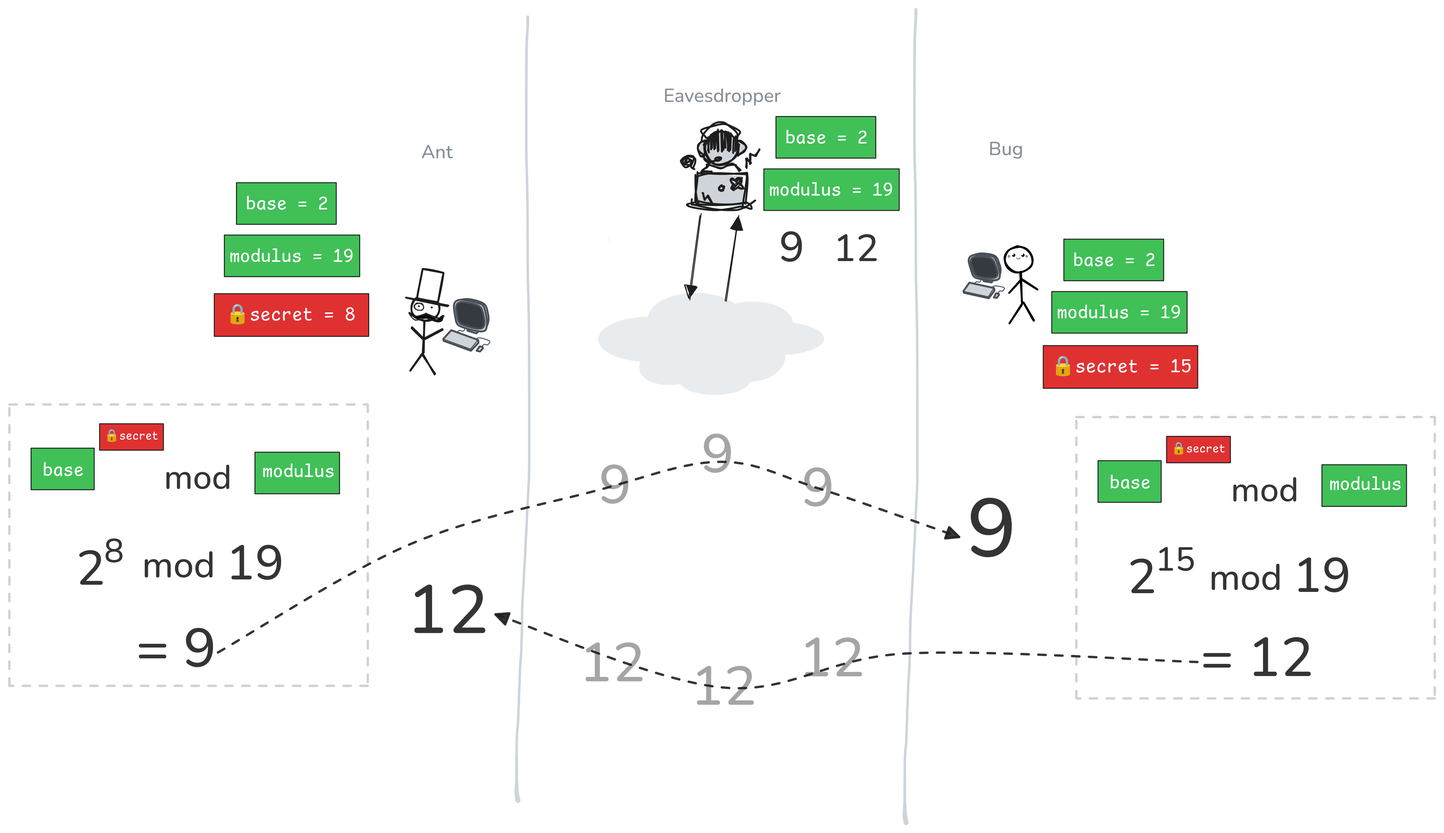
Above: 7-diffie-merkle-hellman/real-step-3.png in Cryptography-for-Devs/Cryptography-for-Devs.github.io (Excalidraw), before the change. Source tidied: one line per element, renumbered; positions are measured from the earlier drawing's top-left corner, leaving out a move shared by most shapes.
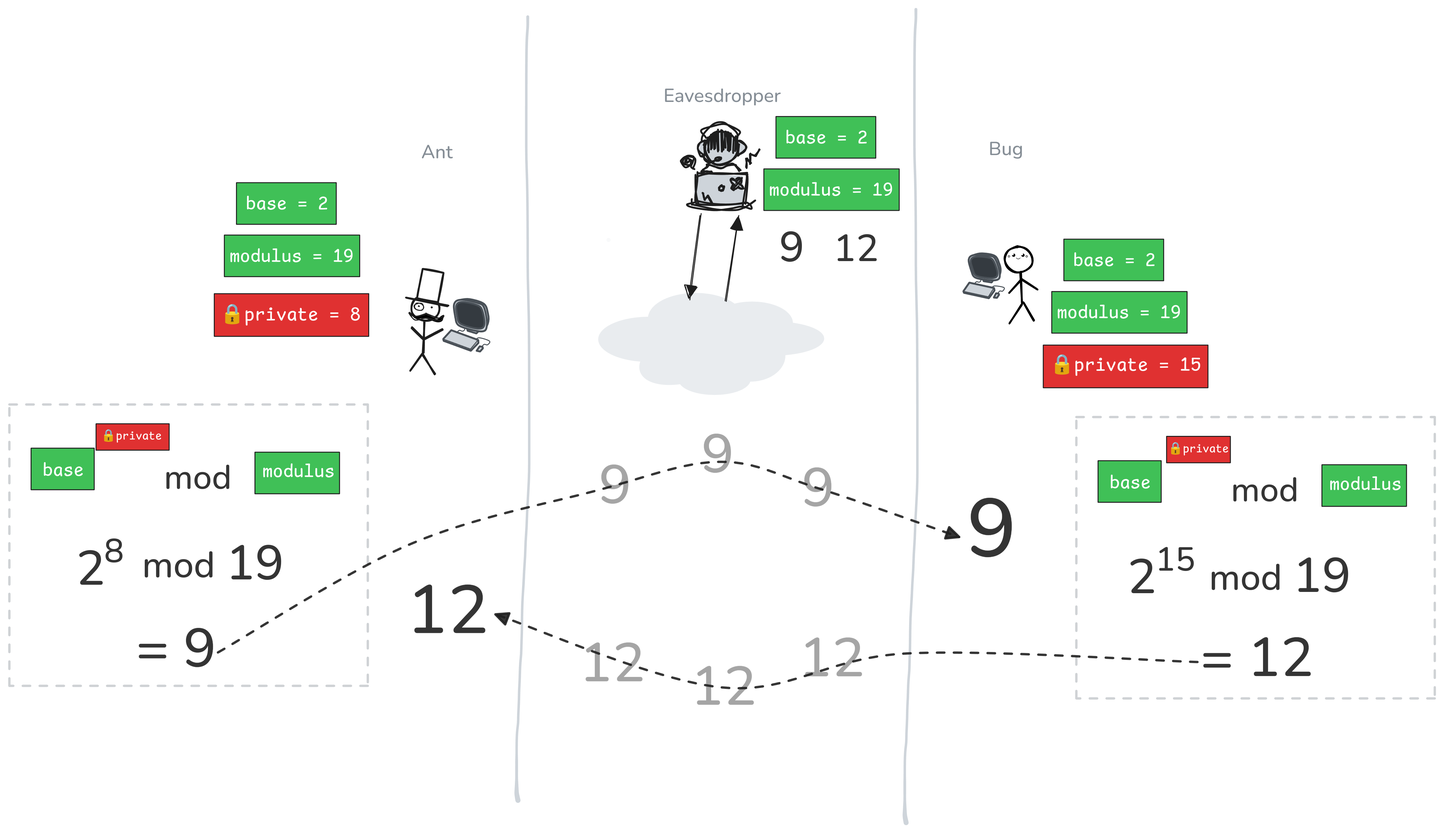
After the commit.

Commit message:
DH secret number to private number

The edit, as a diff of the source:
```diff
@@ -105,15 +105,15 @@
 {"id": 104, "type": "text", "text": "Eavesdropper", "strokeColor": "#868e96", "strokeWidth": 4, "roughness": 0, "fontSize": 20.14, "fontFamily": 6, "x": 697, "y": 78, "width": 127, "height": 27}
 {"id": 105, "type": "text", "text": "Bug", "strokeColor": "#868e96", "strokeWidth": 4, "roughness": 0, "fontSize": 20.14, "fontFamily": 6, "x": 1044, "y": 135, "width": 37, "height": 27}
 {"id": 106, "type": "rectangle", "strokeColor": "#1e1e1e", "backgroundColor": "#e03131", "fillStyle": "solid", "strokeWidth": 1, "roughness": 0, "x": 218, "y": 303, "width": 165, "height": 46}
-{"id": 107, "type": "text", "text": "🔒secret = 8", "strokeColor": "#ffffff", "backgroundColor": "#e03131", "fillStyle": "solid", "strokeWidth": 1, "roughness": 0, "fontSize": 20.52, "fontFamily": 8, "textAlign": "center", "x": 230, "y": 313, "width": 138, "height": 26}
+{"id": 107, "type": "text", "text": "🔒private = 8", "strokeColor": "#ffffff", "backgroundColor": "#e03131", "fillStyle": "solid", "strokeWidth": 1, "roughness": 0, "fontSize": 20.52, "fontFamily": 8, "textAlign": "center", "x": 225, "y": 313, "width": 150, "height": 26}
-{"id": 108, "type": "rectangle", "strokeColor": "#1e1e1e", "backgroundColor": "#e03131", "fillStyle": "solid", "strokeWidth": 1, "roughness": 0, "x": 1102, "y": 358, "width": 165, "height": 46}
+{"id": 108, "type": "rectangle", "strokeColor": "#1e1e1e", "backgroundColor": "#e03131", "fillStyle": "solid", "strokeWidth": 1, "roughness": 0, "x": 1102, "y": 358, "width": 176, "height": 46}
-{"id": 109, "type": "text", "text": "🔒secret = 15", "strokeColor": "#ffffff", "backgroundColor": "#e03131", "fillStyle": "solid", "strokeWidth": 1, "roughness": 0, "fontSize": 20.52, "fontFamily": 8, "textAlign": "center", "x": 1111, "y": 369, "width": 150, "height": 26}
+{"id": 109, "type": "text", "text": "🔒private = 15", "strokeColor": "#ffffff", "backgroundColor": "#e03131", "fillStyle": "solid", "strokeWidth": 1, "roughness": 0, "fontSize": 20.52, "fontFamily": 8, "textAlign": "center", "x": 1110, "y": 367, "width": 161, "height": 26}
 {"id": 110, "type": "rectangle", "strokeColor": "#1e1e1e", "backgroundColor": "#40c057", "fillStyle": "solid", "strokeWidth": 1, "roughness": 0, "x": 23, "y": 468, "width": 67, "height": 44}
 {"id": 111, "type": "text", "text": "base", "strokeColor": "#ffffff", "backgroundColor": "#40c057", "fillStyle": "solid", "strokeWidth": 1, "roughness": 0, "fontSize": 20, "fontFamily": 8, "textAlign": "center", "x": 35, "y": 480, "width": 44, "height": 25}
 {"id": 112, "type": "rectangle", "strokeColor": "#1e1e1e", "backgroundColor": "#40c057", "fillStyle": "solid", "strokeWidth": 1, "roughness": 0, "x": 262, "y": 472, "width": 90, "height": 44}
 {"id": 113, "type": "text", "text": "modulus", "strokeColor": "#ffffff", "backgroundColor": "#40c057", "fillStyle": "solid", "strokeWidth": 1, "roughness": 0, "fontSize": 20, "fontFamily": 8, "textAlign": "center", "x": 270, "y": 481, "width": 77, "height": 25}
-{"id": 114, "type": "rectangle", "strokeColor": "#1e1e1e", "backgroundColor": "#e03131", "fillStyle": "solid", "strokeWidth": 1, "roughness": 0, "x": 96, "y": 442, "width": 68, "height": 28}
+{"id": 114, "type": "rectangle", "strokeColor": "#1e1e1e", "backgroundColor": "#e03131", "fillStyle": "solid", "strokeWidth": 1, "roughness": 0, "x": 92, "y": 442, "width": 78, "height": 28}
-{"id": 115, "type": "text", "text": "🔒secret", "strokeColor": "#ffffff", "backgroundColor": "#e03131", "fillStyle": "solid", "strokeWidth": 1, "roughness": 0, "fontSize": 12.7, "fontFamily": 8, "textAlign": "center", "x": 101, "y": 447, "width": 58, "height": 16}
+{"id": 115, "type": "text", "text": "🔒private", "strokeColor": "#ffffff", "backgroundColor": "#e03131", "fillStyle": "solid", "strokeWidth": 1, "roughness": 0, "fontSize": 12.7, "fontFamily": 8, "textAlign": "center", "x": 98, "y": 447, "width": 65, "height": 16}
 {"id": 116, "type": "rectangle", "strokeColor": "#868e96", "strokeWidth": 2, "strokeStyle": "dashed", "roughness": 0, "opacity": 40, "x": 0, "y": 421, "width": 382, "height": 300}
 {"id": 117, "type": "text", "text": "mod", "strokeColor": "#1e1e1e", "strokeWidth": 4, "strokeStyle": "dashed", "roughness": 0, "opacity": 90, "fontSize": 36, "fontFamily": 6, "x": 165, "y": 475, "width": 72, "height": 49}
 {"id": 118, "type": "text", "text": "= 9", "strokeColor": "#1e1e1e", "strokeWidth": 4, "strokeStyle": "dashed", "roughness": 0, "opacity": 90, "fontSize": 58.39, "fontFamily": 6, "x": 135, "y": 642, "width": 85, "height": 79}
@@ -136,7 +136,7 @@
 {"id": 135, "type": "rectangle", "strokeColor": "#1e1e1e", "backgroundColor": "#40c057", "fillStyle": "solid", "strokeWidth": 1, "roughness": 0, "x": 1399, "y": 485, "width": 90, "height": 44}
 {"id": 136, "type": "text", "text": "modulus", "strokeColor": "#ffffff", "backgroundColor": "#40c057", "fillStyle": "solid", "strokeWidth": 1, "roughness": 0, "fontSize": 20, "fontFamily": 8, "textAlign": "center", "x": 1407, "y": 494, "width": 77, "height": 25}
 {"id": 137, "type": "rectangle", "strokeColor": "#1e1e1e", "backgroundColor": "#e03131", "fillStyle": "solid", "strokeWidth": 1, "roughness": 0, "x": 1234, "y": 455, "width": 68, "height": 28}
-{"id": 138, "type": "text", "text": "🔒secret", "strokeColor": "#ffffff", "backgroundColor": "#e03131", "fillStyle": "solid", "strokeWidth": 1, "roughness": 0, "fontSize": 12.7, "fontFamily": 8, "textAlign": "center", "x": 1239, "y": 461, "width": 58, "height": 16}
+{"id": 138, "type": "text", "text": "🔒private", "strokeColor": "#ffffff", "backgroundColor": "#e03131", "fillStyle": "solid", "strokeWidth": 1, "roughness": 0, "fontSize": 12.7, "fontFamily": 8, "textAlign": "center", "x": 1235, "y": 461, "width": 65, "height": 16}
 {"id": 139, "type": "rectangle", "strokeColor": "#868e96", "strokeWidth": 2, "strokeStyle": "dashed", "roughness": 0, "opacity": 40, "x": 1138, "y": 435, "width": 382, "height": 300}
 {"id": 140, "type": "text", "text": "mod", "strokeColor": "#1e1e1e", "strokeWidth": 4, "strokeStyle": "dashed", "roughness": 0, "opacity": 90, "fontSize": 36, "fontFamily": 6, "x": 1302, "y": 488, "width": 72, "height": 49}
 {"id": 141, "type": "text", "text": "= 12", "strokeColor": "#1e1e1e", "strokeWidth": 4, "strokeStyle": "dashed", "roughness": 0, "opacity": 90, "fontSize": 58.39, "fontFamily": 6, "x": 1270, "y": 652, "width": 120, "height": 79}
```
